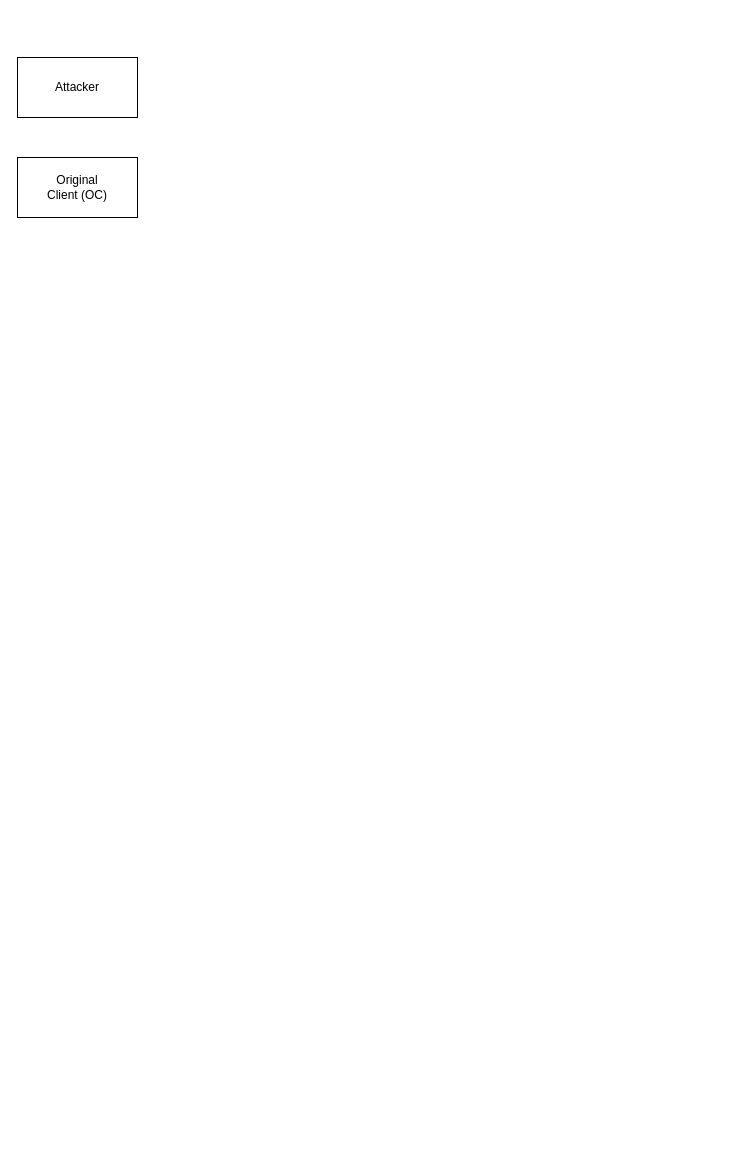
Earlier version of the draw.io diagram .drawio (rkdmf0000/cpp_raw_socket_spoofing). Source tidied: cells renumbered, new cells numbered last; positions are measured from the earlier drawing's top-left corner, leaving out a move shared by most shapes. Both pictures are drawn from the tidied source at 100%, with x=0, y=0 at pixel (17, 57).
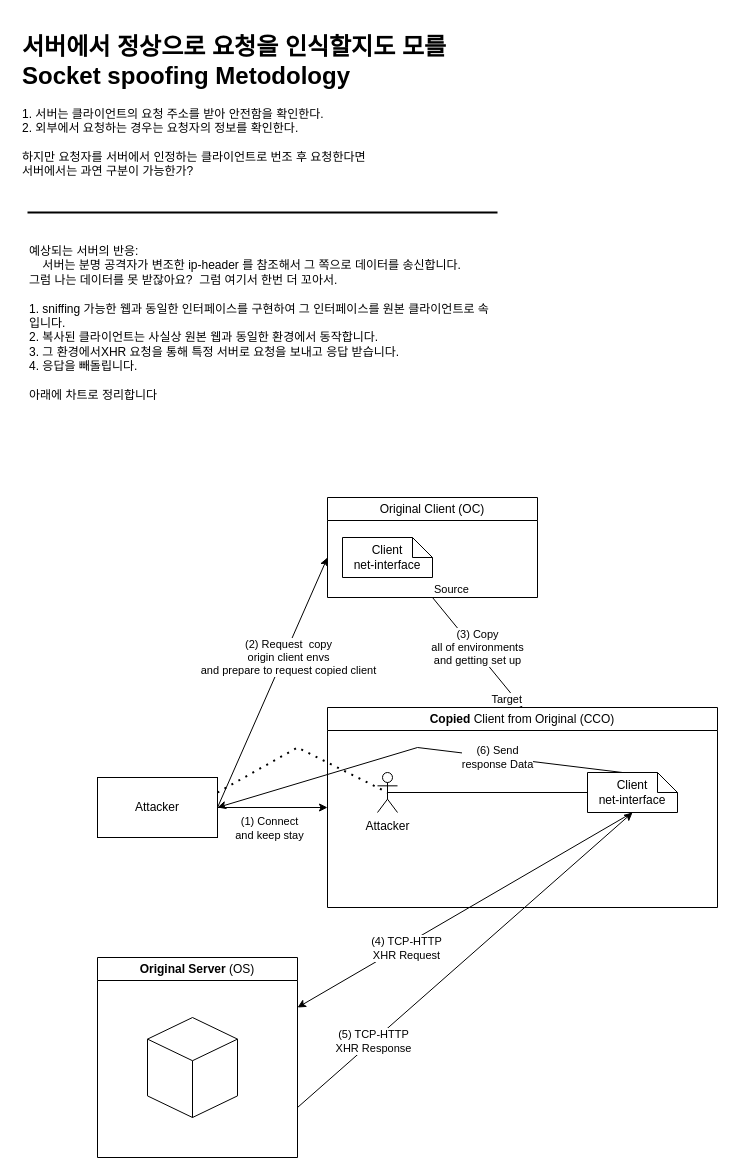
Above is the later version.

The edit, as a diff of the source:
```diff
@@
+    <mxCell id="4" style="edgeStyle=orthogonalEdgeStyle;rounded=0;jettySize=auto;html=1;exitX=1;exitY=0.5;exitDx=0;exitDy=0;entryX=0;entryY=0.5;entryDx=0;entryDy=0;" parent="1" edge="1" source="2" target="6">
+      <mxGeometry relative="1" as="geometry" />
+    </mxCell>
+    <mxCell id="5" value="(1) Connect&lt;br&gt;and keep stay" style="edgeLabel;html=1;align=center;verticalAlign=middle;" parent="4" vertex="1">
+      <mxGeometry x="-0.3" y="-3" relative="1" as="geometry">
+        <mxPoint x="12" y="17" as="offset" />
+      </mxGeometry>
+    </mxCell>
     <mxCell id="2" value="Attacker" style="rounded=0;whiteSpace=wrap;html=1;" parent="1" vertex="1">
-      <mxGeometry width="120" height="60" as="geometry" />
+      <mxGeometry x="80" y="720" width="120" height="60" as="geometry" />
     </mxCell>
+    <mxCell id="6" value="Copied&amp;nbsp;&lt;span style=&quot;font-weight: 400;&quot;&gt;Client from Original (CCO)&lt;/span&gt;" style="swimlane;whiteSpace=wrap;html=1;" parent="1" vertex="1">
+      <mxGeometry x="310" y="650" width="390" height="200" as="geometry" />
+    </mxCell>
+    <mxCell id="7" value="Attacker" style="shape=umlActor;verticalLabelPosition=bottom;verticalAlign=top;html=1;outlineConnect=0;" parent="6" vertex="1">
+      <mxGeometry x="50" y="65" width="20" height="40" as="geometry" />
+    </mxCell>
+    <mxCell id="8" value="Client&lt;br style=&quot;border-color: var(--border-color);&quot;&gt;net-interface" style="shape=note;size=20;whiteSpace=wrap;html=1;" parent="6" vertex="1">
+      <mxGeometry x="260" y="65" width="90" height="40" as="geometry" />
+    </mxCell>
+    <mxCell id="9" style="endArrow=none;html=1;rounded=0;entryX=0;entryY=0.5;entryDx=0;entryDy=0;entryPerimeter=0;exitX=0.5;exitY=0.5;exitDx=0;exitDy=0;exitPerimeter=0;" parent="6" edge="1" source="7" target="8">
+      <mxGeometry relative="1" as="geometry" />
+    </mxCell>
+    <mxCell id="10" value="&lt;h1&gt;서버에서 정상으로 요청을 인식할지도 모를&lt;br&gt;Socket spoofing Metodology&lt;/h1&gt;&lt;p&gt;1. 서버는 클라이언트의 요청 주소를 받아 안전함을 확인한다.&lt;br&gt;2. 외부에서 요청하는 경우는 요청자의 정보를 확인한다.&lt;br&gt;&lt;br&gt;하지만 요청자를 서버에서 인정하는 클라이언트로 번조 후 요청한다면&lt;br&gt;서버에서는 과연 구분이 가능한가?&lt;/p&gt;" style="text;html=1;strokeColor=none;fillColor=none;spacing=5;spacingTop=-20;whiteSpace=wrap;overflow=hidden;rounded=0;" parent="1" vertex="1">
+      <mxGeometry y="-30" width="480" height="160" as="geometry" />
+    </mxCell>
+    <mxCell id="11" value="예상되는 서버의 반응:&lt;br&gt;&amp;nbsp; &amp;nbsp; 서버는 분명 공격자가 변조한 ip-header 를 참조해서 그 쪽으로 데이터를 송신합니다.&lt;br&gt;그럼 나는 데이터를 못 받잖아요?&amp;nbsp; 그럼 여기서 한번 더 꼬아서.&lt;br&gt;&lt;br&gt;1. sniffing 가능한 웹과 동일한 인터페이스를 구현하여 그 인터페이스를 원본 클라이언트로 속입니다.&lt;br&gt;2. 복사된 클라이언트는 사실상 원본 웹과 동일한 환경에서 동작합니다.&lt;br&gt;3. 그 환경에서XHR 요청을 통해 특정 서버로 요청을 보내고 응답 받습니다.&lt;br&gt;4. 응답을 빼돌립니다.&lt;br&gt;&lt;br&gt;아래에 차트로 정리합니다&lt;br&gt;&lt;br&gt;&lt;br&gt;&amp;nbsp; &amp;nbsp;&amp;nbsp;" style="text;html=1;strokeColor=none;fillColor=none;align=left;verticalAlign=top;whiteSpace=wrap;rounded=0;" parent="1" vertex="1">
+      <mxGeometry x="10" y="180" width="470" height="170" as="geometry" />
+    </mxCell>
+    <mxCell id="12" style="line;strokeWidth=2;html=1;" parent="1" vertex="1">
+      <mxGeometry x="10" y="150" width="470" height="10" as="geometry" />
+    </mxCell>
+    <mxCell id="13" value="Original Server&amp;nbsp;&lt;span style=&quot;font-weight: 400;&quot;&gt;(OS)&lt;/span&gt;" style="swimlane;whiteSpace=wrap;html=1;" parent="1" vertex="1">
+      <mxGeometry x="80" y="900" width="200" height="200" as="geometry" />
+    </mxCell>
+    <mxCell id="14" style="html=1;whiteSpace=wrap;shape=isoCube2;backgroundOutline=1;isoAngle=15;" parent="13" vertex="1">
+      <mxGeometry x="50" y="60" width="90" height="100" as="geometry" />
+    </mxCell>
+    <mxCell id="15" style="endArrow=classic;html=1;rounded=0;exitX=0.5;exitY=1;exitDx=0;exitDy=0;exitPerimeter=0;entryX=1;entryY=0.25;entryDx=0;entryDy=0;" parent="1" edge="1" source="8" target="13">
+      <mxGeometry relative="1" as="geometry" />
+    </mxCell>
+    <mxCell id="16" value="(4) TCP-HTTP&lt;br&gt;XHR Request" style="edgeLabel;html=1;align=center;verticalAlign=middle;" parent="15" vertex="1">
+      <mxGeometry x="0.2" y="1" relative="1" as="geometry">
+        <mxPoint x="-26" y="17" as="offset" />
+      </mxGeometry>
+    </mxCell>
+    <mxCell id="17" style="endArrow=classic;html=1;rounded=0;entryX=0.5;entryY=1;entryDx=0;entryDy=0;entryPerimeter=0;exitX=1;exitY=0.75;exitDx=0;exitDy=0;" parent="1" edge="1" source="13" target="8">
+      <mxGeometry relative="1" as="geometry" />
+    </mxCell>
+    <mxCell id="18" value="(5) TCP-HTTP&lt;br&gt;XHR Response" style="edgeLabel;html=1;align=center;verticalAlign=middle;" parent="17" vertex="1">
+      <mxGeometry x="-0.55" relative="1" as="geometry" />
+    </mxCell>
+    <mxCell id="19" style="endArrow=none;dashed=1;html=1;dashPattern=1 3;strokeWidth=2;rounded=0;entryX=0.5;entryY=0.5;entryDx=0;entryDy=0;entryPerimeter=0;exitX=1;exitY=0.25;exitDx=0;exitDy=0;" parent="1" edge="1" source="2" target="7">
+      <mxGeometry relative="1" as="geometry">
+        <Array as="points">
+          <mxPoint x="280" y="690" />
+        </Array>
+      </mxGeometry>
+    </mxCell>
+    <mxCell id="20" style="endArrow=classic;html=1;rounded=0;exitX=0;exitY=0;exitDx=35;exitDy=0;exitPerimeter=0;entryX=1;entryY=0.5;entryDx=0;entryDy=0;" parent="1" edge="1" source="8" target="2">
+      <mxGeometry relative="1" as="geometry">
+        <Array as="points">
+          <mxPoint x="400" y="690" />
+        </Array>
+      </mxGeometry>
+    </mxCell>
+    <mxCell id="21" value="(6) Send &lt;br&gt;response Data" style="edgeLabel;html=1;align=center;verticalAlign=middle;" parent="20" vertex="1">
+      <mxGeometry x="-0.31" y="-2" relative="1" as="geometry">
+        <mxPoint x="16" y="4" as="offset" />
+      </mxGeometry>
+    </mxCell>
-    <mxCell id="3" value="Original&lt;br&gt;Client (OC)" style="rounded=0;whiteSpace=wrap;html=1;" parent="1" vertex="1">
-      <mxGeometry y="100" width="120" height="60" as="geometry" />
+    <mxCell id="3" value="&lt;span style=&quot;font-weight: 400;&quot;&gt;Original Client (OC)&lt;/span&gt;" style="swimlane;whiteSpace=wrap;html=1;" parent="1" vertex="1">
+      <mxGeometry x="310" y="440" width="210" height="100" as="geometry" />
     </mxCell>
+    <mxCell id="22" value="Client&lt;br&gt;net-interface" style="shape=note;size=20;whiteSpace=wrap;html=1;" parent="3" vertex="1">
+      <mxGeometry x="15" y="40" width="90" height="40" as="geometry" />
+    </mxCell>
+    <mxCell id="23" style="endArrow=classic;html=1;rounded=0;exitX=0.5;exitY=1;exitDx=0;exitDy=0;entryX=0.5;entryY=0;entryDx=0;entryDy=0;" parent="1" edge="1" source="3" target="6">
+      <mxGeometry relative="1" as="geometry" />
+    </mxCell>
+    <mxCell id="24" value="(3) Copy &lt;br&gt;all of environments&lt;br&gt;and getting set up" style="edgeLabel;html=1;align=center;verticalAlign=middle;" parent="23" vertex="1">
+      <mxGeometry relative="1" as="geometry">
+        <mxPoint y="-5" as="offset" />
+      </mxGeometry>
+    </mxCell>
+    <mxCell id="25" value="Source" style="edgeLabel;html=1;align=left;verticalAlign=bottom;" parent="23" vertex="1">
+      <mxGeometry x="-1" relative="1" as="geometry" />
+    </mxCell>
+    <mxCell id="26" value="Target" style="edgeLabel;html=1;align=right;verticalAlign=bottom;" parent="23" vertex="1">
+      <mxGeometry x="1" relative="1" as="geometry" />
+    </mxCell>
+    <mxCell id="27" style="endArrow=classic;html=1;rounded=0;exitX=1;exitY=0.5;exitDx=0;exitDy=0;" parent="1" edge="1" source="2">
+      <mxGeometry relative="1" as="geometry">
+        <mxPoint x="310" y="500" as="targetPoint" />
+      </mxGeometry>
+    </mxCell>
+    <mxCell id="28" value="(2) Request&amp;nbsp; copy&lt;br&gt;origin client envs&lt;br&gt;and prepare to request copied client" style="edgeLabel;html=1;align=center;verticalAlign=middle;" parent="27" vertex="1">
+      <mxGeometry x="0.1" relative="1" as="geometry">
+        <mxPoint x="10" y="-13" as="offset" />
+      </mxGeometry>
+    </mxCell>
```
